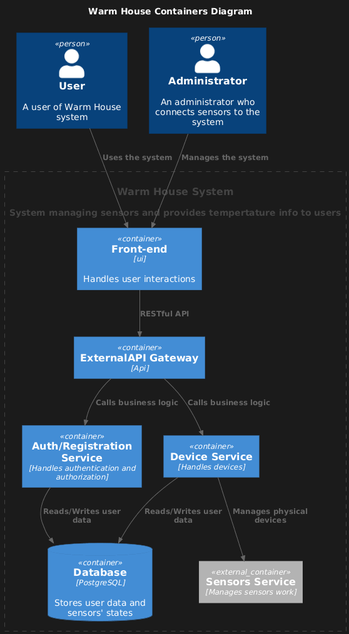
The PlantUML diagram schemas/containers/containers.png in kuznechek/architecture-pro-warmhouse, before a commit.
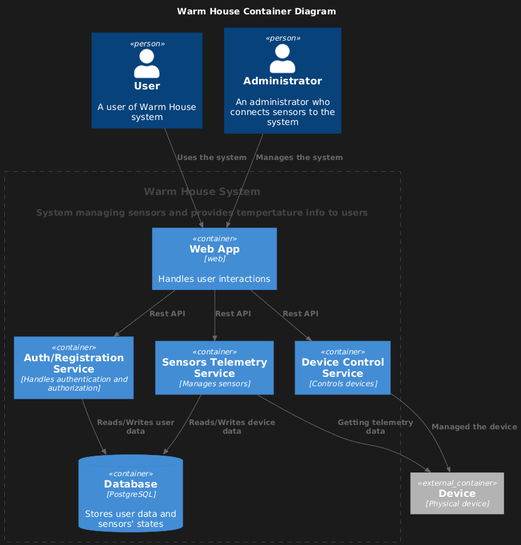
The same diagram one commit later.

Change to the diagram source:
```diff
@@ -1,5 +1,6 @@
 @startuml
-title Warm House Containers Diagram
+
+title Warm House Container Diagram
 
 top to bottom direction
 
@@ -11,20 +12,24 @@
 System(WarmHouseSystem, "Warm House System", "System managing sensors and provides tempertature info to users")
 
 Container_Boundary(WarmHouseSystem, "Warm House System") {
-  Container(frontend, "Front-end", "ui", "Handles user interactions")
-  Container(apiGateway, "ExternalAPI Gateway", "Api")
+  Container(web, "Web App", "web", "Handles user interactions")
   Container(AuthRegService, "Auth/Registration Service", "Handles authentication and authorization")
-  Container(DeviceService, "Device Service", "Handles devices")
-  Container_Ext(SensorsService, "Sensors Service", "Manages sensors work")
+  Container(SensorsTelemetryService, "Sensors Telemetry Service", "Manages sensors")
+  Container(DeviceControlService, "Device Control Service", "Controls devices")
   ContainerDb(Database, "Database", "PostgreSQL", "Stores user data and sensors' states")
 }
+Container_Ext(Device, "Device", "Physical device")
 
-Rel(user, frontend, "Uses the system")
-Rel(admin, frontend,"Manages the system")
-Rel(frontend,apiGateway,"RESTful API")
-Rel(apiGateway,AuthRegService,"Calls business logic")
-Rel(apiGateway,DeviceService,"Calls business logic")
+Rel(user, web, "Uses the system")
+Rel(admin, web,"Manages the system")
+
+Rel(web,AuthRegService,"Rest API")
 Rel(AuthRegService,Database,"Reads/Writes user data")
-Rel(DeviceService,Database,"Reads/Writes user data")
-Rel(DeviceService,SensorsService,"Manages physical devices")
+
+Rel(web,SensorsTelemetryService,"Rest API")
+Rel(SensorsTelemetryService,Database,"Reads/Writes device data")
+Rel(SensorsTelemetryService,Device,"Getting telemetry data")
+
+Rel(web,DeviceControlService,"Rest API")
+Rel(DeviceControlService,Device,"Managed the device")
 @enduml
```
